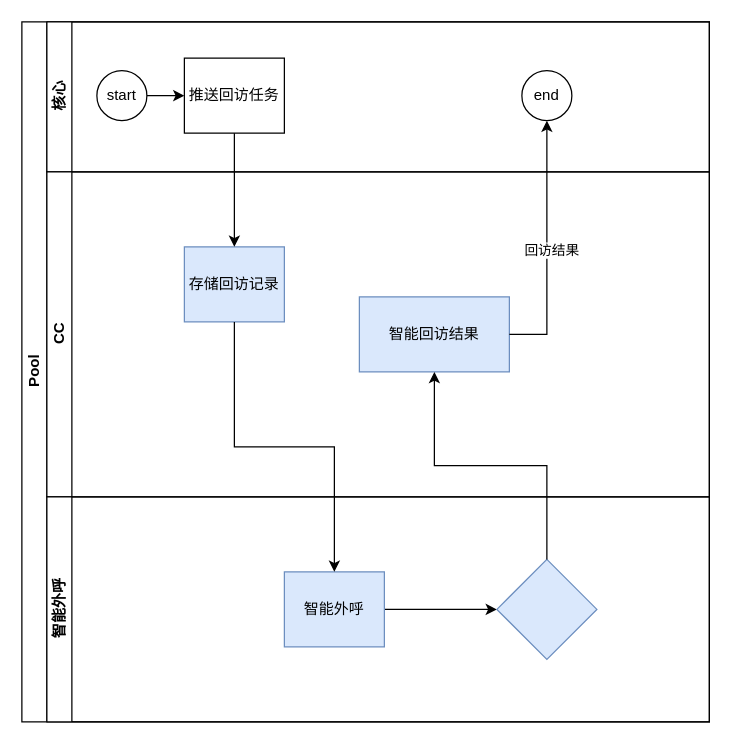
Earlier version of the draw.io diagram Untitled Diagram.drawio (15031575603/zysx_smart_cc_process). Source tidied: cells renumbered, new cells numbered last; positions are measured from the earlier drawing's top-left corner, leaving out a move shared by most shapes. Both pictures are drawn from the tidied source at 125%, with x=0, y=0 at pixel (21, 21).
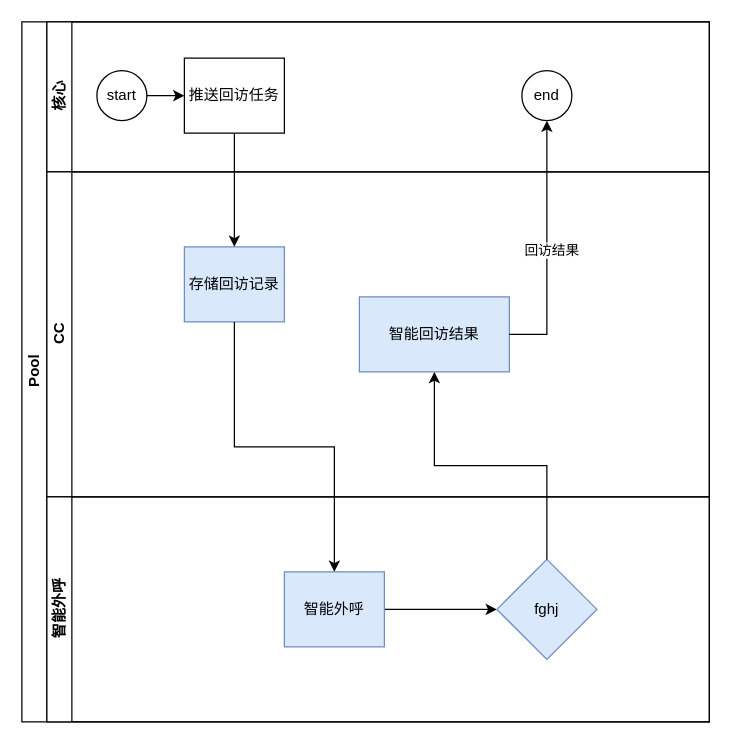
Above is the later version.

Diff of the diagram source:
```diff
@@
 <mxGraphModel>
   <root>
     <mxCell id="0" />
     <mxCell id="1" parent="0" />
     <mxCell id="2" value="Pool" style="swimlane;html=1;horizontal=0;startSize=20;rotation=0;" parent="1" vertex="1">
       <mxGeometry width="550" height="560" as="geometry" />
     </mxCell>
     <mxCell id="3" value="核心" style="swimlane;html=1;startSize=20;horizontal=0;rotation=0;" parent="2" vertex="1">
       <mxGeometry x="20" width="530" height="120" as="geometry" />
     </mxCell>
     <mxCell id="4" style="edgeStyle=orthogonalEdgeStyle;rounded=0;jettySize=auto;html=1;" parent="3" edge="1" source="5" target="6">
       <mxGeometry relative="1" as="geometry" />
     </mxCell>
     <mxCell id="5" value="start" style="ellipse;whiteSpace=wrap;html=1;rotation=0;" parent="3" vertex="1">
       <mxGeometry x="40" y="39" width="40" height="40" as="geometry" />
     </mxCell>
     <mxCell id="6" value="推送回访任务" style="rounded=0;whiteSpace=wrap;html=1;fontFamily=Helvetica;fontSize=12;fontColor=#000000;align=center;rotation=0;" parent="3" vertex="1">
       <mxGeometry x="110" y="29" width="80" height="60" as="geometry" />
     </mxCell>
     <mxCell id="7" value="end" style="ellipse;whiteSpace=wrap;html=1;rotation=0;" parent="3" vertex="1">
       <mxGeometry x="380" y="39" width="40" height="40" as="geometry" />
     </mxCell>
     <mxCell id="8" value="CC" style="swimlane;html=1;startSize=20;horizontal=0;rotation=0;" parent="2" vertex="1">
       <mxGeometry x="20" y="120" width="530" height="260" as="geometry" />
     </mxCell>
     <mxCell id="9" value="存储回访记录" style="rounded=0;whiteSpace=wrap;html=1;fontFamily=Helvetica;fontSize=12;align=center;fillColor=#dae8fc;strokeColor=#6c8ebf;rotation=0;" parent="8" vertex="1">
       <mxGeometry x="110" y="60" width="80" height="60" as="geometry" />
     </mxCell>
     <mxCell id="10" value="智能回访结果" style="rounded=0;whiteSpace=wrap;html=1;strokeColor=#6c8ebf;fillColor=#dae8fc;" parent="8" vertex="1">
       <mxGeometry x="250" y="100" width="120" height="60" as="geometry" />
     </mxCell>
     <mxCell id="11" value="智能外呼" style="swimlane;html=1;startSize=20;horizontal=0;rotation=0;" parent="2" vertex="1">
       <mxGeometry x="20" y="380" width="530" height="180" as="geometry" />
     </mxCell>
     <mxCell id="12" style="edgeStyle=orthogonalEdgeStyle;rounded=0;jettySize=auto;html=1;" parent="11" edge="1" source="13" target="14">
       <mxGeometry relative="1" as="geometry" />
     </mxCell>
     <mxCell id="13" value="智能外呼" style="rounded=0;whiteSpace=wrap;html=1;fontFamily=Helvetica;fontSize=12;align=center;fillColor=#dae8fc;strokeColor=#6c8ebf;rotation=0;" parent="11" vertex="1">
       <mxGeometry x="190" y="60" width="80" height="60" as="geometry" />
     </mxCell>
-    <mxCell id="14" style="rhombus;whiteSpace=wrap;html=1;rounded=0;strokeColor=#6c8ebf;fillColor=#dae8fc;" parent="11" vertex="1">
+    <mxCell id="14" value="fghj" style="rhombus;whiteSpace=wrap;html=1;rounded=0;strokeColor=#6c8ebf;fillColor=#dae8fc;" parent="11" vertex="1">
       <mxGeometry x="360" y="50" width="80" height="80" as="geometry" />
     </mxCell>
     <mxCell id="15" style="edgeStyle=orthogonalEdgeStyle;rounded=0;jettySize=auto;html=1;exitX=0.5;exitY=1;exitDx=0;exitDy=0;" parent="2" edge="1" source="6" target="9">
       <mxGeometry relative="1" as="geometry" />
     </mxCell>
     <mxCell id="16" style="edgeStyle=orthogonalEdgeStyle;rounded=0;jettySize=auto;html=1;" parent="2" edge="1" source="9" target="13">
       <mxGeometry relative="1" as="geometry" />
     </mxCell>
     <mxCell id="17" style="edgeStyle=orthogonalEdgeStyle;rounded=0;jettySize=auto;html=1;" parent="2" edge="1" source="14" target="10">
       <mxGeometry relative="1" as="geometry" />
     </mxCell>
     <mxCell id="18" style="edgeStyle=orthogonalEdgeStyle;rounded=0;jettySize=auto;html=1;" parent="2" edge="1" source="10" target="7">
       <mxGeometry relative="1" as="geometry" />
     </mxCell>
     <mxCell id="19" value="回访结果" style="edgeLabel;html=1;align=center;verticalAlign=middle;" parent="18" vertex="1">
       <mxGeometry x="-0.02" y="-3" relative="1" as="geometry" />
     </mxCell>
   </root>
 </mxGraphModel>
```
